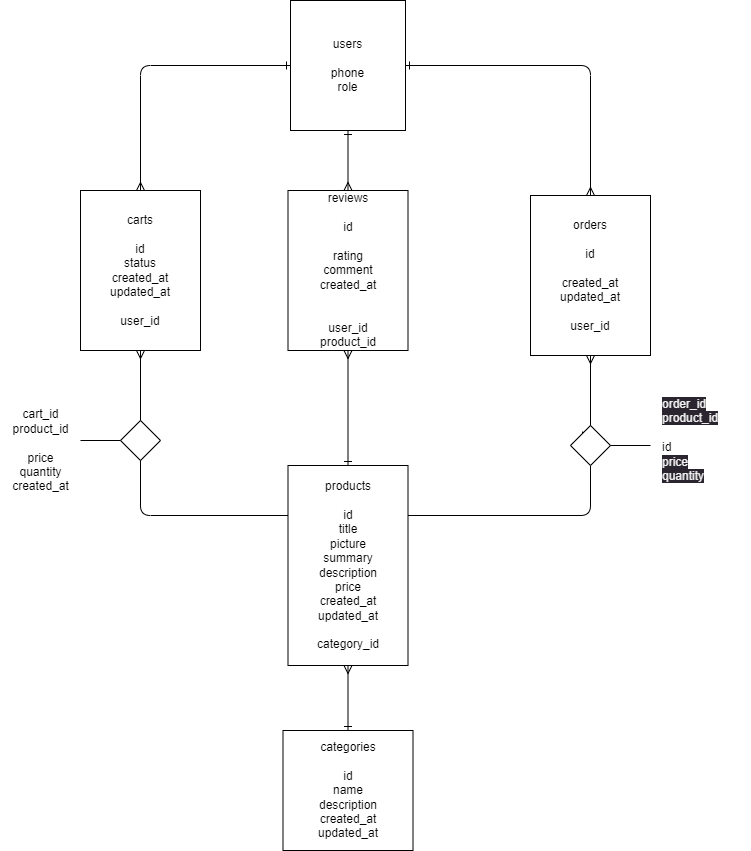
Before: schema.drawio.png, a diagram exported from draw.io (GiuliaLanari/Progect-2024). Source tidied: cells renumbered, new cells last; positions are measured from the earlier drawing's top-left corner, leaving out a move shared by most shapes.
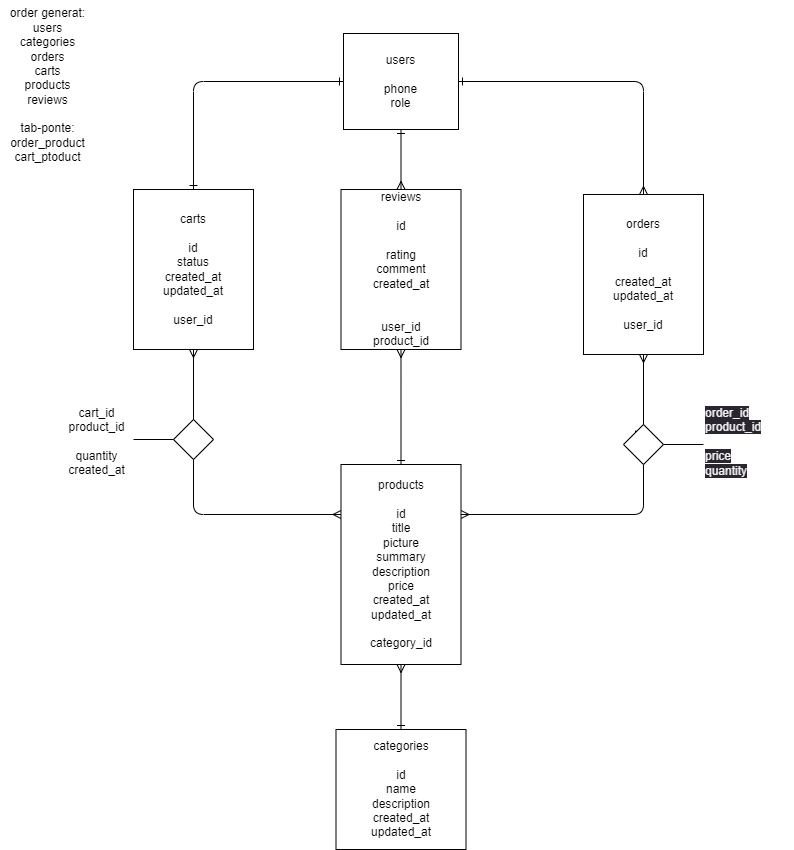
After the commit.

Commit message:
order-generate-model

Change to the diagram source:
```diff
@@ -5,8 +5,10 @@
     <mxCell id="2" style="edgeStyle=orthogonalEdgeStyle;html=1;entryX=0.5;entryY=0;entryDx=0;entryDy=0;exitX=0;exitY=0.5;exitDx=0;exitDy=0;strokeColor=none;" parent="1" edge="1" source="6" target="8">
       <mxGeometry relative="1" as="geometry" />
     </mxCell>
-    <mxCell id="3" style="edgeStyle=orthogonalEdgeStyle;html=1;entryX=0.5;entryY=0;entryDx=0;entryDy=0;endArrow=ERmany;endFill=0;startArrow=ERone;startFill=0;" parent="1" edge="1" source="6" target="8">
-      <mxGeometry relative="1" as="geometry" />
+    <mxCell id="3" style="edgeStyle=orthogonalEdgeStyle;html=1;endArrow=ERone;endFill=0;startArrow=ERone;startFill=0;" parent="1" edge="1" source="6">
+      <mxGeometry relative="1" as="geometry">
+        <mxPoint x="140" y="190" as="targetPoint" />
+      </mxGeometry>
     </mxCell>
     <mxCell id="4" style="edgeStyle=orthogonalEdgeStyle;html=1;endArrow=ERmany;endFill=0;startArrow=ERone;startFill=0;" parent="1" edge="1" source="6" target="10">
       <mxGeometry relative="1" as="geometry" />
@@ -15,15 +17,15 @@
       <mxGeometry relative="1" as="geometry" />
     </mxCell>
     <mxCell id="6" value="users&lt;br&gt;&lt;br&gt;phone&lt;br&gt;role&lt;br&gt;" style="rounded=0;whiteSpace=wrap;html=1;" parent="1" vertex="1">
-      <mxGeometry x="290" width="115" height="130" as="geometry" />
+      <mxGeometry x="290" y="34" width="115" height="96" as="geometry" />
     </mxCell>
-    <mxCell id="7" style="edgeStyle=orthogonalEdgeStyle;html=1;exitX=0.5;exitY=1;exitDx=0;exitDy=0;entryX=0;entryY=0.25;entryDx=0;entryDy=0;startArrow=ERmany;startFill=0;endArrow=none;endFill=0;" parent="1" edge="1" source="8" target="12">
+    <mxCell id="7" style="edgeStyle=orthogonalEdgeStyle;html=1;exitX=0.5;exitY=1;exitDx=0;exitDy=0;entryX=0;entryY=0.25;entryDx=0;entryDy=0;startArrow=ERmany;startFill=0;endArrow=ERmany;endFill=0;" parent="1" edge="1" source="8" target="12">
       <mxGeometry relative="1" as="geometry" />
     </mxCell>
     <mxCell id="8" value="carts&lt;br&gt;&lt;br&gt;id&lt;br&gt;status&lt;br&gt;created_at&lt;br&gt;updated_at&lt;br&gt;&lt;br&gt;user_id" style="rounded=0;whiteSpace=wrap;html=1;" parent="1" vertex="1">
       <mxGeometry x="80" y="190" width="120" height="160" as="geometry" />
     </mxCell>
-    <mxCell id="9" style="edgeStyle=orthogonalEdgeStyle;html=1;exitX=0.5;exitY=1;exitDx=0;exitDy=0;entryX=1;entryY=0.25;entryDx=0;entryDy=0;startArrow=none;endArrow=none;endFill=0;" parent="1" edge="1" source="18" target="12">
+    <mxCell id="9" style="edgeStyle=orthogonalEdgeStyle;html=1;exitX=0.5;exitY=1;exitDx=0;exitDy=0;entryX=1;entryY=0.25;entryDx=0;entryDy=0;startArrow=none;endArrow=ERmany;endFill=0;" parent="1" edge="1" source="18" target="12">
       <mxGeometry relative="1" as="geometry" />
     </mxCell>
     <mxCell id="10" value="orders&lt;br&gt;&lt;br&gt;id&lt;br&gt;&lt;br&gt;created_at&lt;br&gt;updated_at&lt;br&gt;&lt;br&gt;user_id" style="rounded=0;whiteSpace=wrap;html=1;" parent="1" vertex="1">
@@ -44,8 +46,8 @@
         <mxPoint x="120" y="440" as="targetPoint" />
       </mxGeometry>
     </mxCell>
-    <mxCell id="15" value="cart_id&lt;br&gt;product_id&lt;br&gt;&lt;br&gt;price&lt;br&gt;quantity&lt;br&gt;created_at" style="text;html=1;align=center;verticalAlign=middle;strokeColor=none;fillColor=none;" parent="1" vertex="1">
-      <mxGeometry y="400" width="80" height="100" as="geometry" />
+    <mxCell id="15" value="cart_id&lt;br&gt;product_id&lt;br&gt;&lt;br&gt;quantity&lt;br&gt;created_at" style="text;html=1;align=center;verticalAlign=middle;strokeColor=none;fillColor=none;" parent="1" vertex="1">
+      <mxGeometry x="5" y="400" width="75" height="84" as="geometry" />
     </mxCell>
     <mxCell id="16" style="edgeStyle=orthogonalEdgeStyle;html=1;exitX=0.5;exitY=1;exitDx=0;exitDy=0;entryX=1;entryY=0.25;entryDx=0;entryDy=0;endArrow=none;startArrow=ERmany;startFill=0;" parent="1" edge="1" source="10" target="18">
       <mxGeometry relative="1" as="geometry">
@@ -68,8 +70,8 @@
         <mxPoint x="650" y="445" as="targetPoint" />
       </mxGeometry>
     </mxCell>
-    <mxCell id="20" value="&lt;span style=&quot;color: rgb(240, 240, 240); font-family: Helvetica; font-size: 12px; font-style: normal; font-variant-ligatures: normal; font-variant-caps: normal; font-weight: 400; letter-spacing: normal; orphans: 2; text-align: center; text-indent: 0px; text-transform: none; widows: 2; word-spacing: 0px; -webkit-text-stroke-width: 0px; background-color: rgb(42, 37, 47); text-decoration-thickness: initial; text-decoration-style: initial; text-decoration-color: initial; float: none; display: inline !important;&quot;&gt;order_id&lt;/span&gt;&lt;br style=&quot;border-color: rgb(0, 0, 0); color: rgb(240, 240, 240); font-family: Helvetica; font-size: 12px; font-style: normal; font-variant-ligatures: normal; font-variant-caps: normal; font-weight: 400; letter-spacing: normal; orphans: 2; text-align: center; text-indent: 0px; text-transform: none; widows: 2; word-spacing: 0px; -webkit-text-stroke-width: 0px; background-color: rgb(42, 37, 47); text-decoration-thickness: initial; text-decoration-style: initial; text-decoration-color: initial;&quot;&gt;&lt;span style=&quot;color: rgb(240, 240, 240); font-family: Helvetica; font-size: 12px; font-style: normal; font-variant-ligatures: normal; font-variant-caps: normal; font-weight: 400; letter-spacing: normal; orphans: 2; text-align: center; text-indent: 0px; text-transform: none; widows: 2; word-spacing: 0px; -webkit-text-stroke-width: 0px; background-color: rgb(42, 37, 47); text-decoration-thickness: initial; text-decoration-style: initial; text-decoration-color: initial; float: none; display: inline !important;&quot;&gt;product_id&lt;/span&gt;&lt;br style=&quot;border-color: rgb(0, 0, 0); color: rgb(240, 240, 240); font-family: Helvetica; font-size: 12px; font-style: normal; font-variant-ligatures: normal; font-variant-caps: normal; font-weight: 400; letter-spacing: normal; orphans: 2; text-align: center; text-indent: 0px; text-transform: none; widows: 2; word-spacing: 0px; -webkit-text-stroke-width: 0px; background-color: rgb(42, 37, 47); text-decoration-thickness: initial; text-decoration-style: initial; text-decoration-color: initial;&quot;&gt;&lt;br&gt;id&lt;br style=&quot;border-color: rgb(0, 0, 0); color: rgb(240, 240, 240); font-family: Helvetica; font-size: 12px; font-style: normal; font-variant-ligatures: normal; font-variant-caps: normal; font-weight: 400; letter-spacing: normal; orphans: 2; text-align: center; text-indent: 0px; text-transform: none; widows: 2; word-spacing: 0px; -webkit-text-stroke-width: 0px; background-color: rgb(42, 37, 47); text-decoration-thickness: initial; text-decoration-style: initial; text-decoration-color: initial;&quot;&gt;&lt;span style=&quot;color: rgb(240, 240, 240); font-family: Helvetica; font-size: 12px; font-style: normal; font-variant-ligatures: normal; font-variant-caps: normal; font-weight: 400; letter-spacing: normal; orphans: 2; text-align: center; text-indent: 0px; text-transform: none; widows: 2; word-spacing: 0px; -webkit-text-stroke-width: 0px; background-color: rgb(42, 37, 47); text-decoration-thickness: initial; text-decoration-style: initial; text-decoration-color: initial; float: none; display: inline !important;&quot;&gt;price&lt;/span&gt;&lt;br style=&quot;border-color: rgb(0, 0, 0); color: rgb(240, 240, 240); font-family: Helvetica; font-size: 12px; font-style: normal; font-variant-ligatures: normal; font-variant-caps: normal; font-weight: 400; letter-spacing: normal; orphans: 2; text-align: center; text-indent: 0px; text-transform: none; widows: 2; word-spacing: 0px; -webkit-text-stroke-width: 0px; background-color: rgb(42, 37, 47); text-decoration-thickness: initial; text-decoration-style: initial; text-decoration-color: initial;&quot;&gt;&lt;span style=&quot;color: rgb(240, 240, 240); font-family: Helvetica; font-size: 12px; font-style: normal; font-variant-ligatures: normal; font-variant-caps: normal; font-weight: 400; letter-spacing: normal; orphans: 2; text-align: center; text-indent: 0px; text-transform: none; widows: 2; word-spacing: 0px; -webkit-text-stroke-width: 0px; background-color: rgb(42, 37, 47); text-decoration-thickness: initial; text-decoration-style: initial; text-decoration-color: initial; float: none; display: inline !important;&quot;&gt;quantity&lt;/span&gt;&lt;br style=&quot;border-color: rgb(0, 0, 0); color: rgb(240, 240, 240); font-family: Helvetica; font-size: 12px; font-style: normal; font-variant-ligatures: normal; font-variant-caps: normal; font-weight: 400; letter-spacing: normal; orphans: 2; text-align: center; text-indent: 0px; text-transform: none; widows: 2; word-spacing: 0px; -webkit-text-stroke-width: 0px; background-color: rgb(42, 37, 47); text-decoration-thickness: initial; text-decoration-style: initial; text-decoration-color: initial;&quot;&gt;" style="text;whiteSpace=wrap;html=1;" parent="1" vertex="1">
-      <mxGeometry x="660" y="390" width="90" height="110" as="geometry" />
+    <mxCell id="20" value="&lt;span style=&quot;color: rgb(240, 240, 240); font-family: Helvetica; font-size: 12px; font-style: normal; font-variant-ligatures: normal; font-variant-caps: normal; font-weight: 400; letter-spacing: normal; orphans: 2; text-align: center; text-indent: 0px; text-transform: none; widows: 2; word-spacing: 0px; -webkit-text-stroke-width: 0px; background-color: rgb(42, 37, 47); text-decoration-thickness: initial; text-decoration-style: initial; text-decoration-color: initial; float: none; display: inline !important;&quot;&gt;order_id&lt;/span&gt;&lt;br style=&quot;border-color: rgb(0, 0, 0); color: rgb(240, 240, 240); font-family: Helvetica; font-size: 12px; font-style: normal; font-variant-ligatures: normal; font-variant-caps: normal; font-weight: 400; letter-spacing: normal; orphans: 2; text-align: center; text-indent: 0px; text-transform: none; widows: 2; word-spacing: 0px; -webkit-text-stroke-width: 0px; background-color: rgb(42, 37, 47); text-decoration-thickness: initial; text-decoration-style: initial; text-decoration-color: initial;&quot;&gt;&lt;span style=&quot;color: rgb(240, 240, 240); font-family: Helvetica; font-size: 12px; font-style: normal; font-variant-ligatures: normal; font-variant-caps: normal; font-weight: 400; letter-spacing: normal; orphans: 2; text-align: center; text-indent: 0px; text-transform: none; widows: 2; word-spacing: 0px; -webkit-text-stroke-width: 0px; background-color: rgb(42, 37, 47); text-decoration-thickness: initial; text-decoration-style: initial; text-decoration-color: initial; float: none; display: inline !important;&quot;&gt;product_id&lt;/span&gt;&lt;br style=&quot;border-color: rgb(0, 0, 0); color: rgb(240, 240, 240); font-family: Helvetica; font-size: 12px; font-style: normal; font-variant-ligatures: normal; font-variant-caps: normal; font-weight: 400; letter-spacing: normal; orphans: 2; text-align: center; text-indent: 0px; text-transform: none; widows: 2; word-spacing: 0px; -webkit-text-stroke-width: 0px; background-color: rgb(42, 37, 47); text-decoration-thickness: initial; text-decoration-style: initial; text-decoration-color: initial;&quot;&gt;&lt;br style=&quot;border-color: rgb(0, 0, 0); color: rgb(240, 240, 240); font-family: Helvetica; font-size: 12px; font-style: normal; font-variant-ligatures: normal; font-variant-caps: normal; font-weight: 400; letter-spacing: normal; orphans: 2; text-align: center; text-indent: 0px; text-transform: none; widows: 2; word-spacing: 0px; -webkit-text-stroke-width: 0px; background-color: rgb(42, 37, 47); text-decoration-thickness: initial; text-decoration-style: initial; text-decoration-color: initial;&quot;&gt;&lt;span style=&quot;color: rgb(240, 240, 240); font-family: Helvetica; font-size: 12px; font-style: normal; font-variant-ligatures: normal; font-variant-caps: normal; font-weight: 400; letter-spacing: normal; orphans: 2; text-align: center; text-indent: 0px; text-transform: none; widows: 2; word-spacing: 0px; -webkit-text-stroke-width: 0px; background-color: rgb(42, 37, 47); text-decoration-thickness: initial; text-decoration-style: initial; text-decoration-color: initial; float: none; display: inline !important;&quot;&gt;price&lt;/span&gt;&lt;br style=&quot;border-color: rgb(0, 0, 0); color: rgb(240, 240, 240); font-family: Helvetica; font-size: 12px; font-style: normal; font-variant-ligatures: normal; font-variant-caps: normal; font-weight: 400; letter-spacing: normal; orphans: 2; text-align: center; text-indent: 0px; text-transform: none; widows: 2; word-spacing: 0px; -webkit-text-stroke-width: 0px; background-color: rgb(42, 37, 47); text-decoration-thickness: initial; text-decoration-style: initial; text-decoration-color: initial;&quot;&gt;&lt;span style=&quot;color: rgb(240, 240, 240); font-family: Helvetica; font-size: 12px; font-style: normal; font-variant-ligatures: normal; font-variant-caps: normal; font-weight: 400; letter-spacing: normal; orphans: 2; text-align: center; text-indent: 0px; text-transform: none; widows: 2; word-spacing: 0px; -webkit-text-stroke-width: 0px; background-color: rgb(42, 37, 47); text-decoration-thickness: initial; text-decoration-style: initial; text-decoration-color: initial; float: none; display: inline !important;&quot;&gt;quantity&lt;/span&gt;" style="text;whiteSpace=wrap;html=1;" parent="1" vertex="1">
+      <mxGeometry x="650" y="400" width="90" height="110" as="geometry" />
     </mxCell>
     <mxCell id="21" style="edgeStyle=orthogonalEdgeStyle;html=1;entryX=0.5;entryY=0;entryDx=0;entryDy=0;startArrow=ERmany;startFill=0;endArrow=ERone;endFill=0;" parent="1" edge="1" source="22" target="12">
       <mxGeometry relative="1" as="geometry" />
@@ -80,5 +82,8 @@
     <mxCell id="23" value="categories&lt;br&gt;&lt;br&gt;id&lt;br&gt;name&lt;br&gt;description&lt;br&gt;created_at&lt;br&gt;updated_at" style="rounded=0;whiteSpace=wrap;html=1;" parent="1" vertex="1">
       <mxGeometry x="282.5" y="730" width="130" height="120" as="geometry" />
     </mxCell>
+    <mxCell id="24" value="order generat:&lt;br&gt;users&lt;br&gt;categories&lt;br&gt;orders&lt;br&gt;carts&lt;br&gt;products&lt;br&gt;reviews&lt;br&gt;&lt;br&gt;tab-ponte:&lt;br&gt;order_product&lt;br&gt;cart_ptoduct" style="text;html=1;align=center;verticalAlign=middle;strokeColor=none;fillColor=none;" parent="1" vertex="1">
+      <mxGeometry x="-53" y="1" width="93" height="170" as="geometry" />
+    </mxCell>
   </root>
 </mxGraphModel>
```
